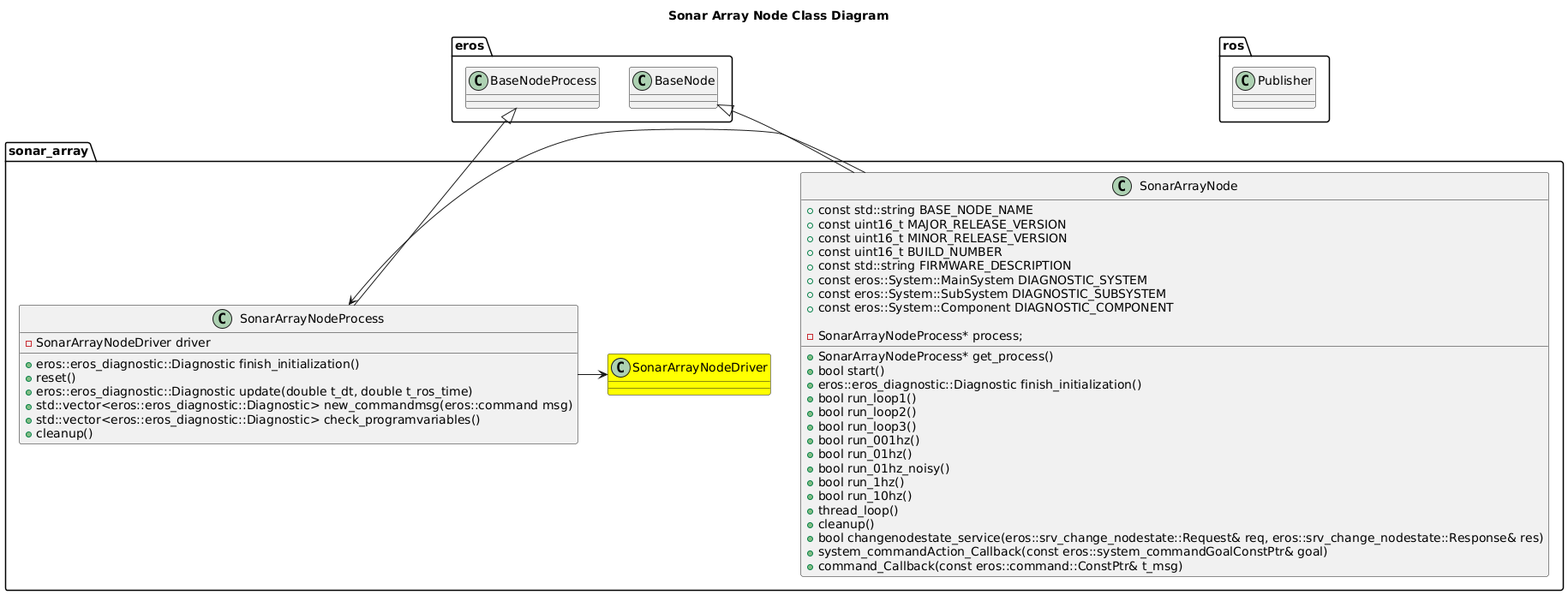
Earlier version of the PlantUML export nodes/SonarArrayNode/doc/output/SonarArrayNodeClassDiagram.png (fastrobotics/sonar_array).
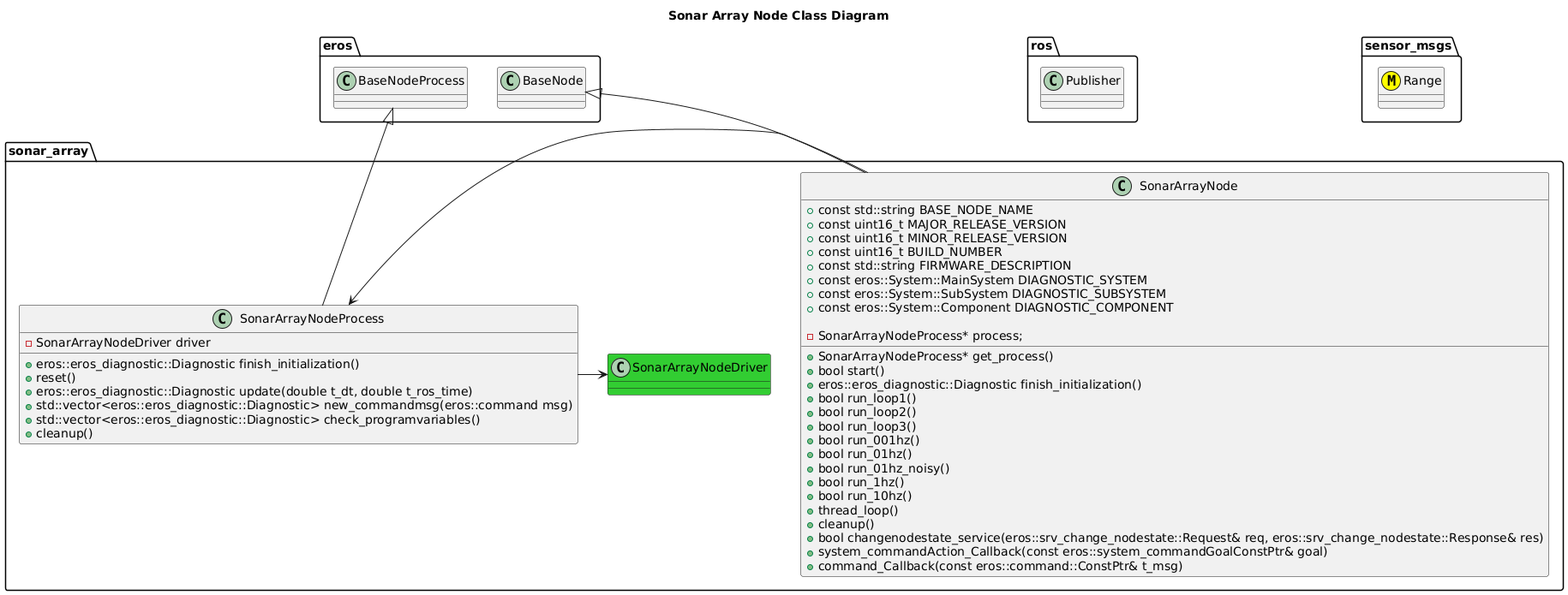
Later version of the same file.

What changed in the source:
```diff
@@ -7,7 +7,9 @@
   class BaseNode
   class BaseNodeProcess
 }
-
+package sensor_msgs {
+    class Range <<(M,#FFFF00)>>
+}
 package sonar_array {
   class SonarArrayNode  {
       +const std::string BASE_NODE_NAME
@@ -47,7 +49,7 @@
       -SonarArrayNodeDriver driver
 
   }
-  class SonarArrayNodeDriver #Yellow
+  class SonarArrayNodeDriver #LimeGreen
   BaseNode <|-- SonarArrayNode
   BaseNodeProcess <|-- SonarArrayNodeProcess
   SonarArrayNode -> SonarArrayNodeProcess
```
